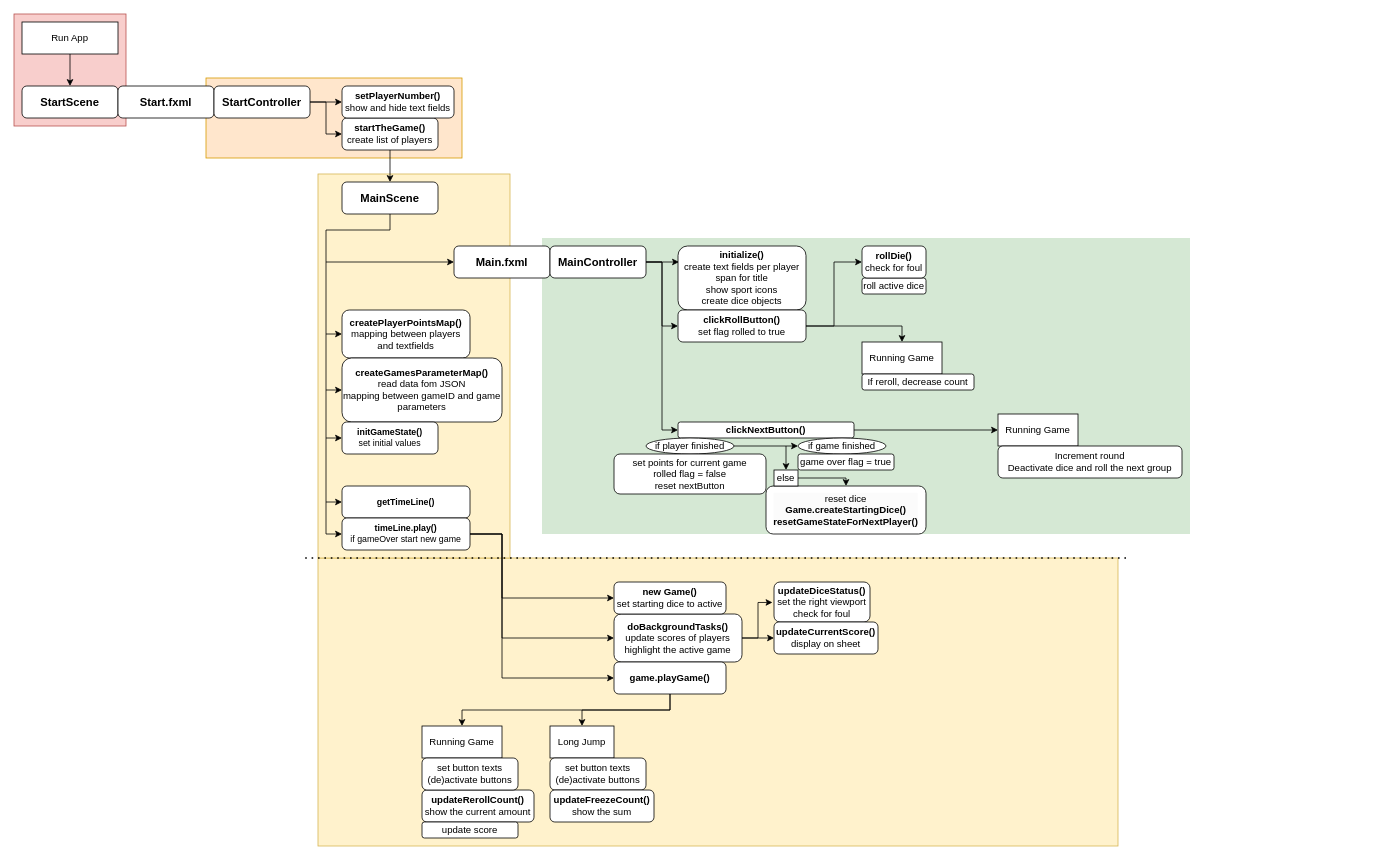
Above: src/main/resources/Flow.drawio in MarcoSeibert/Decathlon (draw.io), before the change. Source tidied: cells renumbered, new cells numbered last; positions are measured from the earlier drawing's top-left corner, leaving out a move shared by most shapes. Both pictures are drawn from the tidied source at 80%, with x=0, y=0 at pixel (14, 14).
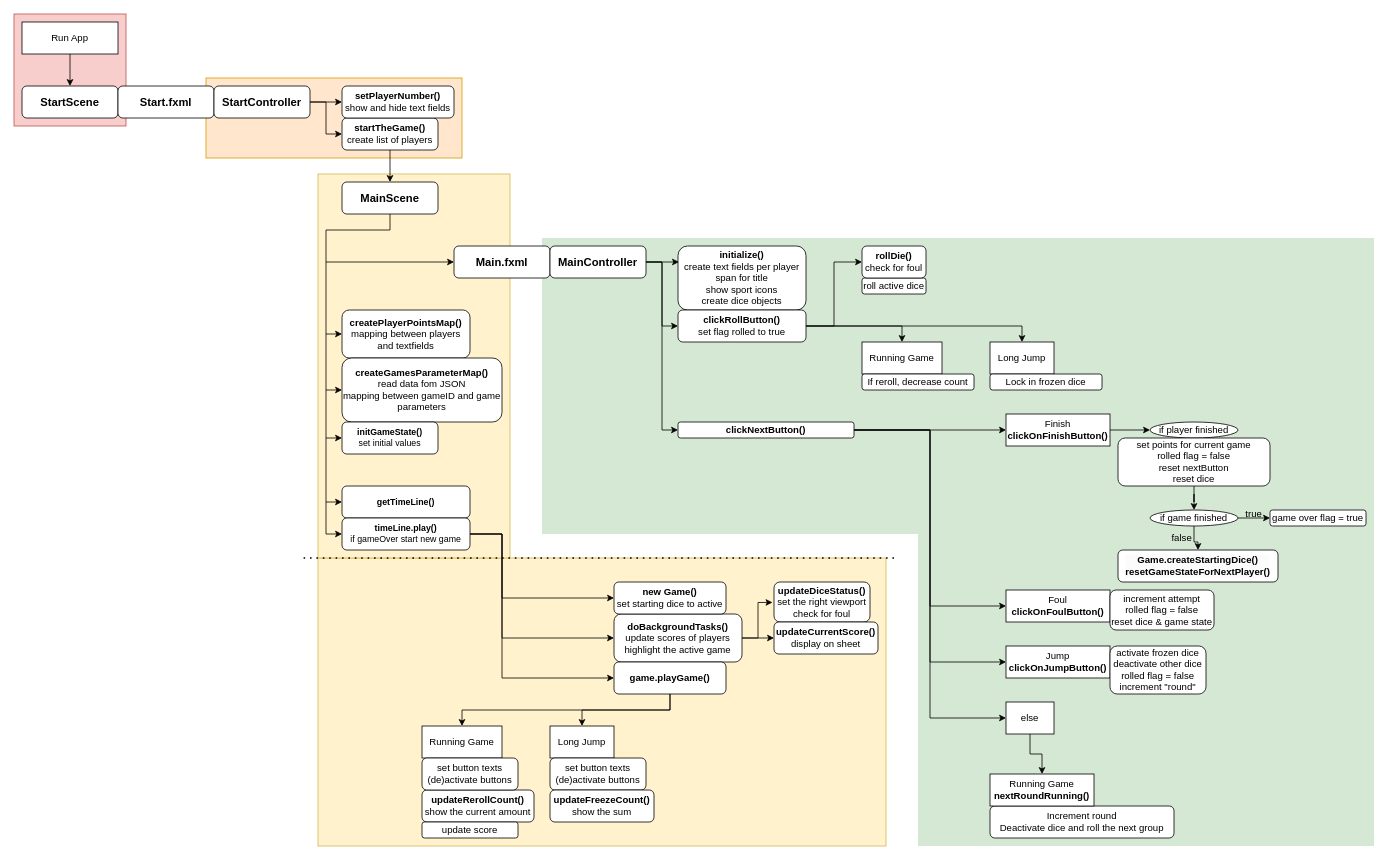
The same page after the edit.

Commit message (it also covers changes not shown here):
K: update flow chart

The change refers to these unchanged cells:
```xml
<mxCell id="41" value="&lt;b&gt;clickRollButton()&lt;/b&gt;&lt;br&gt;set flag rolled to true" style="rounded=1;whiteSpace=wrap;html=1;spacing=0;" parent="1" vertex="1">
  <mxGeometry x="830" y="370" width="160" height="40" as="geometry" />
</mxCell>
<mxCell id="60" value="&lt;b&gt;clickNextButton()&lt;/b&gt;" style="rounded=1;whiteSpace=wrap;html=1;spacing=0;" parent="1" vertex="1">
  <mxGeometry x="830" y="510" width="220" height="20" as="geometry" />
</mxCell>
```

The edit, as a diff of the source:
```diff
@@
+    <mxCell id="77" style="rounded=0;whiteSpace=wrap;html=1;strokeColor=none;fillColor=#d5e8d4;" parent="1" vertex="1">
+      <mxGeometry x="1130" y="630" width="570" height="410" as="geometry" />
+    </mxCell>
     <mxCell id="2" style="whiteSpace=wrap;html=1;strokeColor=#d6b656;fillColor=#fff2cc;" parent="1" vertex="1">
-      <mxGeometry x="380" y="680" width="1000" height="360" as="geometry" />
+      <mxGeometry x="380" y="680" width="710" height="360" as="geometry" />
     </mxCell>
     <mxCell id="3" style="rounded=0;whiteSpace=wrap;html=1;strokeColor=none;fillColor=#d5e8d4;" parent="1" vertex="1">
-      <mxGeometry x="660" y="280" width="810" height="370" as="geometry" />
+      <mxGeometry x="660" y="280" width="1040" height="370" as="geometry" />
     </mxCell>
@@
+    <mxCell id="78" style="edgeStyle=orthogonalEdgeStyle;rounded=0;jettySize=auto;html=1;exitX=1;exitY=0.5;exitDx=0;exitDy=0;entryX=0.5;entryY=0;entryDx=0;entryDy=0;" parent="1" edge="1" source="41" target="86">
+      <mxGeometry relative="1" as="geometry" />
+    </mxCell>
@@
-    <mxCell id="59" style="edgeStyle=orthogonalEdgeStyle;rounded=0;jettySize=auto;html=1;entryX=0;entryY=0.5;entryDx=0;entryDy=0;" parent="1" edge="1" source="60" target="61">
-      <mxGeometry relative="1" as="geometry" />
-    </mxCell>
+    <mxCell id="79" style="edgeStyle=orthogonalEdgeStyle;rounded=0;jettySize=auto;html=1;entryX=0;entryY=0.5;entryDx=0;entryDy=0;" parent="1" edge="1" source="60" target="89">
+      <mxGeometry relative="1" as="geometry" />
+    </mxCell>
+    <mxCell id="80" style="edgeStyle=orthogonalEdgeStyle;rounded=0;jettySize=auto;html=1;entryX=0;entryY=0.5;entryDx=0;entryDy=0;" parent="1" edge="1" source="60" target="90">
+      <mxGeometry relative="1" as="geometry" />
+    </mxCell>
+    <mxCell id="81" style="edgeStyle=orthogonalEdgeStyle;rounded=0;jettySize=auto;html=1;exitX=1;exitY=0.5;exitDx=0;exitDy=0;entryX=0;entryY=0.5;entryDx=0;entryDy=0;" parent="1" edge="1" source="60" target="95">
+      <mxGeometry relative="1" as="geometry" />
+    </mxCell>
+    <mxCell id="82" style="edgeStyle=orthogonalEdgeStyle;rounded=0;jettySize=auto;html=1;exitX=1;exitY=0.5;exitDx=0;exitDy=0;entryX=0;entryY=0.5;entryDx=0;entryDy=0;" parent="1" edge="1" source="60" target="71">
+      <mxGeometry relative="1" as="geometry" />
+    </mxCell>
@@
-    <mxCell id="61" value="Running Game" style="rounded=0;whiteSpace=wrap;html=1;" parent="1" vertex="1">
-      <mxGeometry x="1230" y="500" width="100" height="40" as="geometry" />
-    </mxCell>
     <mxCell id="62" value="Increment round&lt;br&gt;Deactivate dice and roll the next group" style="rounded=1;whiteSpace=wrap;html=1;" parent="1" vertex="1">
-      <mxGeometry x="1230" y="540" width="230" height="40" as="geometry" />
+      <mxGeometry x="1220" y="990" width="230" height="40" as="geometry" />
     </mxCell>
-    <mxCell id="63" style="edgeStyle=orthogonalEdgeStyle;rounded=0;jettySize=auto;html=1;exitX=1;exitY=0.5;exitDx=0;exitDy=0;entryX=0;entryY=0.5;entryDx=0;entryDy=0;" parent="1" edge="1" source="64" target="65">
-      <mxGeometry relative="1" as="geometry" />
-    </mxCell>
     <mxCell id="64" value="if player finished" style="ellipse;whiteSpace=wrap;html=1;" parent="1" vertex="1">
-      <mxGeometry x="790" y="530" width="110" height="20" as="geometry" />
+      <mxGeometry x="1420" y="510" width="110" height="20" as="geometry" />
     </mxCell>
+    <mxCell id="83" style="edgeStyle=orthogonalEdgeStyle;rounded=0;jettySize=auto;html=1;entryX=0;entryY=0.5;entryDx=0;entryDy=0;" parent="1" edge="1" source="65" target="67">
+      <mxGeometry relative="1" as="geometry" />
+    </mxCell>
+    <mxCell id="84" style="edgeStyle=orthogonalEdgeStyle;rounded=0;jettySize=auto;html=1;entryX=0.5;entryY=0;entryDx=0;entryDy=0;" parent="1" edge="1" source="65" target="68">
+      <mxGeometry relative="1" as="geometry" />
+    </mxCell>
     <mxCell id="65" value="if game finished" style="ellipse;whiteSpace=wrap;html=1;" parent="1" vertex="1">
-      <mxGeometry x="980" y="530" width="110" height="20" as="geometry" />
+      <mxGeometry x="1420" y="620" width="110" height="20" as="geometry" />
     </mxCell>
+    <mxCell id="85" style="edgeStyle=orthogonalEdgeStyle;rounded=0;jettySize=auto;html=1;entryX=0.5;entryY=0;entryDx=0;entryDy=0;" parent="1" edge="1" source="66" target="65">
+      <mxGeometry relative="1" as="geometry" />
+    </mxCell>
-    <mxCell id="66" value="set points for current game&lt;div&gt;rolled flag = false&lt;/div&gt;&lt;div&gt;reset nextButton&lt;/div&gt;" style="rounded=1;whiteSpace=wrap;html=1;" parent="1" vertex="1">
-      <mxGeometry x="750" y="550" width="190" height="50" as="geometry" />
+    <mxCell id="66" value="set points for current game&lt;div&gt;rolled flag = false&lt;/div&gt;&lt;div&gt;reset nextButton&lt;/div&gt;&lt;div&gt;reset dice&lt;/div&gt;" style="rounded=1;whiteSpace=wrap;html=1;" parent="1" vertex="1">
+      <mxGeometry x="1380" y="530" width="190" height="60" as="geometry" />
     </mxCell>
     <mxCell id="67" value="&lt;div&gt;game over flag = true&lt;/div&gt;" style="rounded=1;whiteSpace=wrap;html=1;" parent="1" vertex="1">
-      <mxGeometry x="980" y="550" width="120" height="20" as="geometry" />
+      <mxGeometry x="1570" y="620" width="120" height="20" as="geometry" />
     </mxCell>
-    <mxCell id="68" value="&lt;div style=&quot;forced-color-adjust: none; color: rgb(0, 0, 0); font-family: Helvetica; font-size: 12px; font-style: normal; font-variant-ligatures: normal; font-variant-caps: normal; font-weight: 400; letter-spacing: normal; orphans: 2; text-align: center; text-indent: 0px; text-transform: none; widows: 2; word-spacing: 0px; -webkit-text-stroke-width: 0px; white-space: normal; background-color: rgb(251, 251, 251); text-decoration-thickness: initial; text-decoration-style: initial; text-decoration-color: initial;&quot;&gt;reset dice&lt;/div&gt;&lt;div style=&quot;forced-color-adjust: none; color: rgb(0, 0, 0); font-family: Helvetica; font-size: 12px; font-style: normal; font-variant-ligatures: normal; font-variant-caps: normal; letter-spacing: normal; orphans: 2; text-align: center; text-indent: 0px; text-transform: none; widows: 2; word-spacing: 0px; -webkit-text-stroke-width: 0px; white-space: normal; background-color: rgb(251, 251, 251); text-decoration-thickness: initial; text-decoration-style: initial; text-decoration-color: initial;&quot;&gt;&lt;b&gt;Game.createStartingDice()&lt;/b&gt;&lt;/div&gt;&lt;div style=&quot;forced-color-adjust: none; color: rgb(0, 0, 0); font-family: Helvetica; font-size: 12px; font-style: normal; font-variant-ligatures: normal; font-variant-caps: normal; font-weight: 400; letter-spacing: normal; orphans: 2; text-align: center; text-indent: 0px; text-transform: none; widows: 2; word-spacing: 0px; -webkit-text-stroke-width: 0px; white-space: normal; background-color: rgb(251, 251, 251); text-decoration-thickness: initial; text-decoration-style: initial; text-decoration-color: initial;&quot;&gt;&lt;b style=&quot;forced-color-adjust: none;&quot;&gt;resetGameStateForNextPlayer()&lt;/b&gt;&lt;/div&gt;" style="rounded=1;whiteSpace=wrap;html=1;" parent="1" vertex="1">
-      <mxGeometry x="940" y="590" width="200" height="60" as="geometry" />
+    <mxCell id="68" value="&lt;div style=&quot;forced-color-adjust: none; color: rgb(0, 0, 0); font-family: Helvetica; font-size: 12px; font-style: normal; font-variant-ligatures: normal; font-variant-caps: normal; font-weight: 400; letter-spacing: normal; orphans: 2; text-align: center; text-indent: 0px; text-transform: none; widows: 2; word-spacing: 0px; -webkit-text-stroke-width: 0px; white-space: normal; background-color: rgb(251, 251, 251); text-decoration-thickness: initial; text-decoration-style: initial; text-decoration-color: initial;&quot;&gt;&lt;b&gt;Game.createStartingDice()&lt;/b&gt;&lt;/div&gt;&lt;div style=&quot;forced-color-adjust: none; color: rgb(0, 0, 0); font-family: Helvetica; font-size: 12px; font-style: normal; font-variant-ligatures: normal; font-variant-caps: normal; font-weight: 400; letter-spacing: normal; orphans: 2; text-align: center; text-indent: 0px; text-transform: none; widows: 2; word-spacing: 0px; -webkit-text-stroke-width: 0px; white-space: normal; background-color: rgb(251, 251, 251); text-decoration-thickness: initial; text-decoration-style: initial; text-decoration-color: initial;&quot;&gt;&lt;b style=&quot;forced-color-adjust: none;&quot;&gt;resetGameStateForNextPlayer()&lt;/b&gt;&lt;/div&gt;" style="rounded=1;whiteSpace=wrap;html=1;" parent="1" vertex="1">
+      <mxGeometry x="1380" y="670" width="200" height="40" as="geometry" />
     </mxCell>
-    <mxCell id="69" style="endArrow=classic;html=1;rounded=0;entryX=0.5;entryY=0;entryDx=0;entryDy=0;" parent="1" edge="1" source="71" target="68">
-      <mxGeometry relative="1" as="geometry">
-        <Array as="points">
-          <mxPoint x="1040" y="580" />
-        </Array>
-      </mxGeometry>
-    </mxCell>
-    <mxCell id="70" style="endArrow=classic;html=1;rounded=0;entryX=0.5;entryY=0;entryDx=0;entryDy=0;" parent="1" edge="1" target="71">
-      <mxGeometry relative="1" as="geometry">
-        <mxPoint x="965" y="540" as="sourcePoint" />
-      </mxGeometry>
-    </mxCell>
-    <mxCell id="71" value="else" style="text;html=1;align=center;verticalAlign=middle;whiteSpace=wrap;rounded=0;fillColor=default;strokeColor=default;" parent="1" vertex="1">
-      <mxGeometry x="950" y="570" width="30" height="20" as="geometry" />
-    </mxCell>
     <mxCell id="72" style="endArrow=none;dashed=1;html=1;dashPattern=1 3;strokeWidth=2;rounded=0;" parent="1" edge="1">
       <mxGeometry relative="1" as="geometry">
-        <mxPoint x="1390" y="680" as="sourcePoint" />
+        <mxPoint x="1100" y="680" as="sourcePoint" />
         <mxPoint x="360" y="680" as="targetPoint" />
       </mxGeometry>
     </mxCell>
@@
+    <mxCell id="86" value="Long Jump" style="rounded=0;whiteSpace=wrap;html=1;" parent="1" vertex="1">
+      <mxGeometry x="1220" y="410" width="80" height="40" as="geometry" />
+    </mxCell>
+    <mxCell id="87" value="Lock in frozen dice" style="rounded=1;whiteSpace=wrap;html=1;" parent="1" vertex="1">
+      <mxGeometry x="1220" y="450" width="140" height="20" as="geometry" />
+    </mxCell>
+    <mxCell id="88" style="edgeStyle=orthogonalEdgeStyle;rounded=0;jettySize=auto;html=1;exitX=1;exitY=0.5;exitDx=0;exitDy=0;entryX=0;entryY=0.5;entryDx=0;entryDy=0;" parent="1" edge="1" source="89" target="64">
+      <mxGeometry relative="1" as="geometry" />
+    </mxCell>
+    <mxCell id="89" value="Finish&lt;div&gt;&lt;b&gt;clickOnFinishButton()&lt;/b&gt;&lt;/div&gt;" style="rounded=0;whiteSpace=wrap;html=1;" parent="1" vertex="1">
+      <mxGeometry x="1240" y="500" width="130" height="40" as="geometry" />
+    </mxCell>
+    <mxCell id="90" value="Foul&lt;div&gt;&lt;b&gt;clickOnFoulButton()&lt;/b&gt;&lt;/div&gt;" style="rounded=0;whiteSpace=wrap;html=1;" parent="1" vertex="1">
+      <mxGeometry x="1240" y="720" width="130" height="40" as="geometry" />
+    </mxCell>
+    <mxCell id="91" style="edgeStyle=orthogonalEdgeStyle;rounded=0;jettySize=auto;html=1;" parent="1" edge="1" source="71" target="97">
+      <mxGeometry relative="1" as="geometry" />
+    </mxCell>
+    <mxCell id="71" value="else" style="rounded=0;whiteSpace=wrap;html=1;" parent="1" vertex="1">
+      <mxGeometry x="1240" y="860" width="60" height="40" as="geometry" />
+    </mxCell>
+    <mxCell id="92" value="true" style="text;html=1;align=center;verticalAlign=middle;whiteSpace=wrap;rounded=0;" parent="1" vertex="1">
+      <mxGeometry x="1520" y="610" width="60" height="30" as="geometry" />
+    </mxCell>
+    <mxCell id="93" value="false" style="text;html=1;align=center;verticalAlign=middle;whiteSpace=wrap;rounded=0;" parent="1" vertex="1">
+      <mxGeometry x="1430" y="640" width="60" height="30" as="geometry" />
+    </mxCell>
+    <mxCell id="94" value="increment attempt&lt;div&gt;rolled flag = false&lt;/div&gt;&lt;div&gt;reset dice &amp;amp; game state&lt;/div&gt;" style="rounded=1;whiteSpace=wrap;html=1;" parent="1" vertex="1">
+      <mxGeometry x="1370" y="720" width="130" height="50" as="geometry" />
+    </mxCell>
+    <mxCell id="95" value="Jump&lt;div&gt;&lt;b&gt;clickOnJumpButton()&lt;/b&gt;&lt;/div&gt;" style="rounded=0;whiteSpace=wrap;html=1;" parent="1" vertex="1">
+      <mxGeometry x="1240" y="790" width="130" height="40" as="geometry" />
+    </mxCell>
+    <mxCell id="96" value="activate frozen dice&lt;div&gt;deactivate other dice&lt;/div&gt;&lt;div&gt;rolled flag = false&lt;/div&gt;&lt;div&gt;increment &quot;round&quot;&lt;/div&gt;" style="rounded=1;whiteSpace=wrap;html=1;" parent="1" vertex="1">
+      <mxGeometry x="1370" y="790" width="120" height="60" as="geometry" />
+    </mxCell>
+    <mxCell id="97" value="Running Game&lt;div&gt;&lt;b&gt;nextRoundRunning()&lt;/b&gt;&lt;/div&gt;" style="rounded=0;whiteSpace=wrap;html=1;" parent="1" vertex="1">
+      <mxGeometry x="1220" y="950" width="130" height="40" as="geometry" />
+    </mxCell>
```
